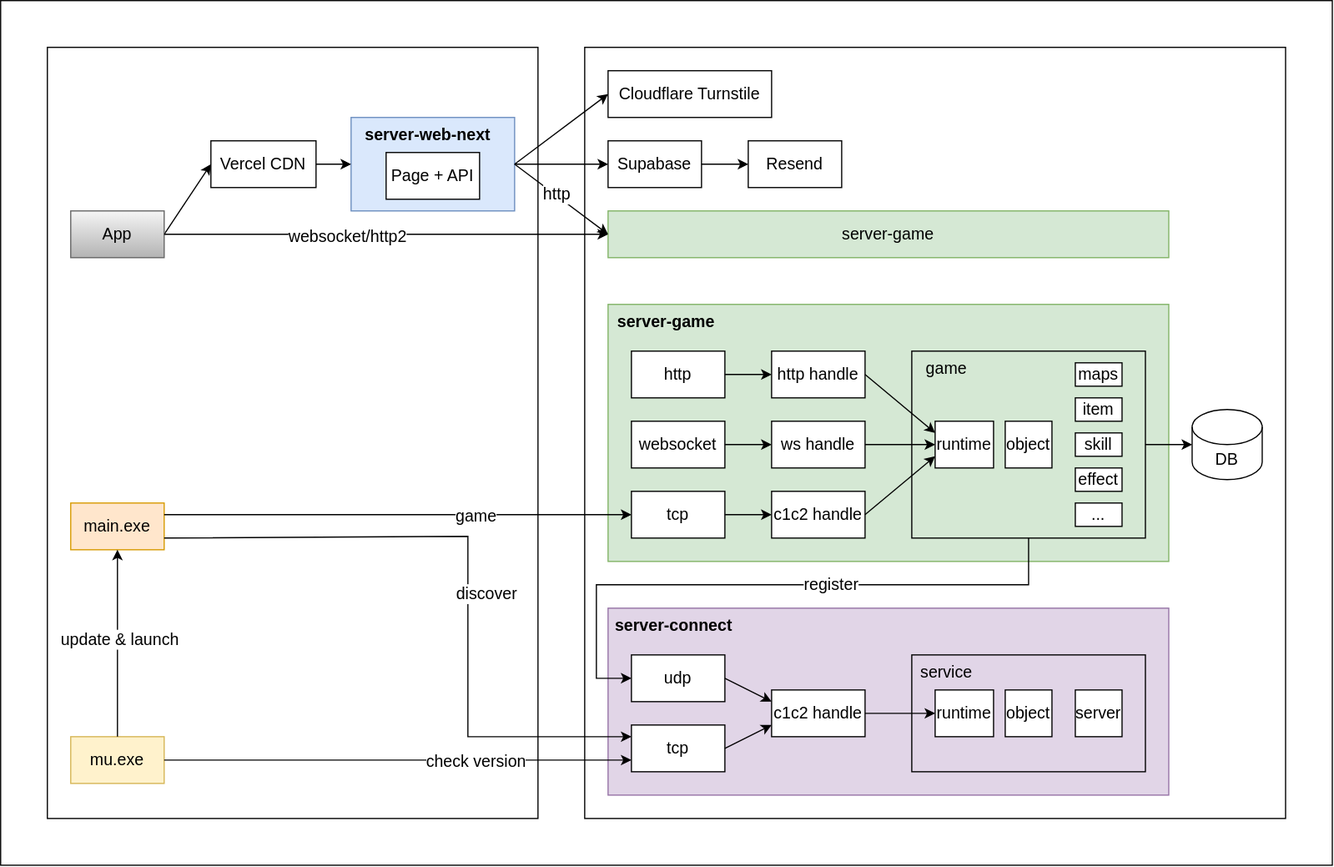
Above: docs/system.drawio.svg in xujintao/balgass (draw.io), before the change. Source tidied: cells renumbered, new cells last; positions are measured from the earlier drawing's top-left corner, leaving out a move shared by most shapes.
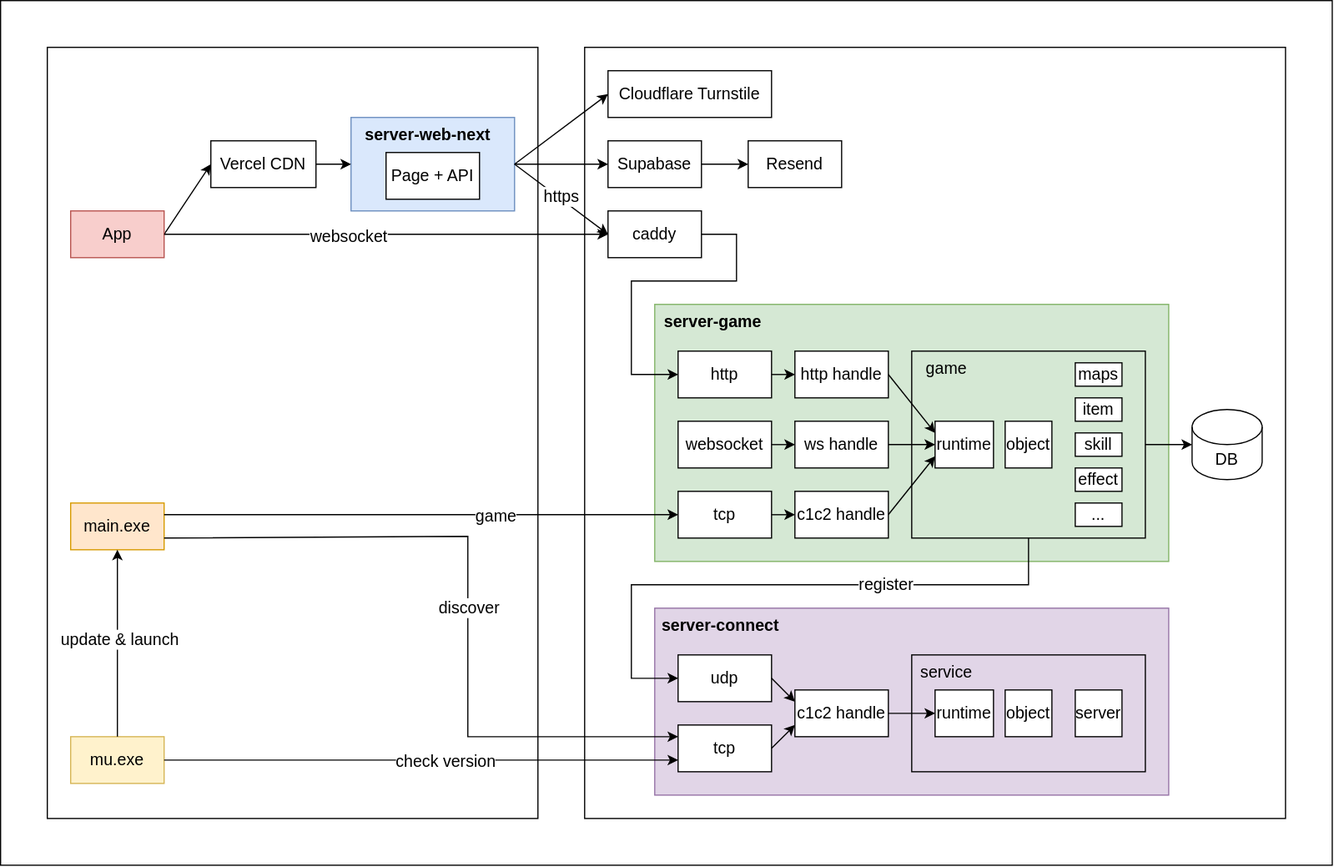
After the change.

Commit message:
docs/feat: update system and deployment diagrams

What changed in the source:
```diff
@@ -12,7 +12,7 @@
       <mxGeometry x="40" y="40" width="420" height="660" as="geometry" />
     </mxCell>
     <mxCell id="5" style="rounded=0;whiteSpace=wrap;html=1;fillColor=#d5e8d4;fontSize=14;strokeColor=#82b366;" parent="1" vertex="1">
-      <mxGeometry x="520" y="260" width="480" height="220" as="geometry" />
+      <mxGeometry x="560" y="260" width="440" height="220" as="geometry" />
     </mxCell>
     <mxCell id="6" style="rounded=0;whiteSpace=wrap;html=1;fontSize=14;fillColor=none;" parent="1" vertex="1">
       <mxGeometry x="780" y="300" width="200" height="160" as="geometry" />
@@ -30,16 +30,16 @@
       <mxGeometry x="780" y="300" width="60" height="30" as="geometry" />
     </mxCell>
     <mxCell id="11" value="http" style="rounded=0;whiteSpace=wrap;html=1;fontSize=14;" parent="1" vertex="1">
-      <mxGeometry x="540" y="300" width="80" height="40" as="geometry" />
+      <mxGeometry x="580" y="300" width="80" height="40" as="geometry" />
     </mxCell>
     <mxCell id="12" value="http handle" style="rounded=0;whiteSpace=wrap;html=1;fontSize=14;" parent="1" vertex="1">
-      <mxGeometry x="660" y="300" width="80" height="40" as="geometry" />
+      <mxGeometry x="680" y="300" width="80" height="40" as="geometry" />
     </mxCell>
     <mxCell id="13" value="tcp" style="rounded=0;whiteSpace=wrap;html=1;fontSize=14;" parent="1" vertex="1">
-      <mxGeometry x="540" y="420" width="80" height="40" as="geometry" />
+      <mxGeometry x="580" y="420" width="80" height="40" as="geometry" />
     </mxCell>
     <mxCell id="14" value="c1c2 handle" style="rounded=0;whiteSpace=wrap;html=1;fontSize=14;" parent="1" vertex="1">
-      <mxGeometry x="660" y="420" width="80" height="40" as="geometry" />
+      <mxGeometry x="680" y="420" width="80" height="40" as="geometry" />
     </mxCell>
     <mxCell id="15" style="endArrow=classic;html=1;rounded=0;exitX=1;exitY=0.5;exitDx=0;exitDy=0;entryX=0;entryY=0.5;entryDx=0;entryDy=0;fontSize=14;" parent="1" edge="1" source="11" target="12">
       <mxGeometry relative="1" as="geometry" />
@@ -65,7 +65,7 @@
     <mxCell id="22" value="main.exe" style="rounded=0;whiteSpace=wrap;html=1;fillColor=#ffe6cc;strokeColor=#d79b00;fontSize=14;" parent="1" vertex="1">
       <mxGeometry x="60" y="430" width="80" height="40" as="geometry" />
     </mxCell>
-    <mxCell id="23" value="App" style="rounded=0;whiteSpace=wrap;html=1;fontSize=14;fillColor=#f5f5f5;strokeColor=#666666;gradientColor=#b3b3b3;" parent="1" vertex="1">
+    <mxCell id="23" value="App" style="rounded=0;whiteSpace=wrap;html=1;fontSize=14;fillColor=#f8cecc;strokeColor=#b85450;" parent="1" vertex="1">
       <mxGeometry x="60" y="180" width="80" height="40" as="geometry" />
     </mxCell>
     <mxCell id="24" style="endArrow=classic;html=1;rounded=0;exitX=1;exitY=0.25;exitDx=0;exitDy=0;entryX=0;entryY=0.5;entryDx=0;entryDy=0;fontSize=14;" parent="1" edge="1" source="22" target="13">
@@ -77,10 +77,10 @@
       </mxGeometry>
     </mxCell>
     <mxCell id="26" value="websocket" style="rounded=0;whiteSpace=wrap;html=1;fontSize=14;" parent="1" vertex="1">
-      <mxGeometry x="540" y="360" width="80" height="40" as="geometry" />
+      <mxGeometry x="580" y="360" width="80" height="40" as="geometry" />
     </mxCell>
     <mxCell id="27" value="ws handle" style="rounded=0;whiteSpace=wrap;html=1;fontSize=14;" parent="1" vertex="1">
-      <mxGeometry x="660" y="360" width="80" height="40" as="geometry" />
+      <mxGeometry x="680" y="360" width="80" height="40" as="geometry" />
     </mxCell>
     <mxCell id="28" style="endArrow=classic;html=1;rounded=0;exitX=1;exitY=0.5;exitDx=0;exitDy=0;entryX=0;entryY=0.5;entryDx=0;entryDy=0;fontSize=14;" parent="1" edge="1" source="26" target="27">
       <mxGeometry relative="1" as="geometry" />
@@ -92,13 +92,13 @@
       <mxGeometry x="180" y="120" width="90" height="40" as="geometry" />
     </mxCell>
     <mxCell id="31" value="server-game" style="text;html=1;strokeColor=none;fillColor=none;align=center;verticalAlign=middle;whiteSpace=wrap;rounded=0;fontStyle=1;fontSize=14;" parent="1" vertex="1">
-      <mxGeometry x="520" y="260" width="100" height="30" as="geometry" />
+      <mxGeometry x="560" y="260" width="100" height="30" as="geometry" />
     </mxCell>
     <mxCell id="32" value="mu.exe" style="rounded=0;whiteSpace=wrap;html=1;fillColor=#fff2cc;strokeColor=#d6b656;fontSize=14;" parent="1" vertex="1">
       <mxGeometry x="60" y="630" width="80" height="40" as="geometry" />
     </mxCell>
     <mxCell id="33" style="rounded=0;whiteSpace=wrap;html=1;fillColor=#e1d5e7;fontSize=14;strokeColor=#9673a6;" parent="1" vertex="1">
-      <mxGeometry x="520" y="520" width="480" height="160" as="geometry" />
+      <mxGeometry x="560" y="520" width="440" height="160" as="geometry" />
     </mxCell>
     <mxCell id="34" style="rounded=0;whiteSpace=wrap;html=1;fontSize=14;fillColor=none;" parent="1" vertex="1">
       <mxGeometry x="780" y="560" width="200" height="100" as="geometry" />
@@ -116,10 +116,10 @@
       <mxGeometry x="780" y="560" width="60" height="30" as="geometry" />
     </mxCell>
     <mxCell id="39" value="udp" style="rounded=0;whiteSpace=wrap;html=1;fontSize=14;" parent="1" vertex="1">
-      <mxGeometry x="540" y="560" width="80" height="40" as="geometry" />
+      <mxGeometry x="580" y="560" width="80" height="40" as="geometry" />
     </mxCell>
     <mxCell id="40" value="tcp" style="rounded=0;whiteSpace=wrap;html=1;fontSize=14;" parent="1" vertex="1">
-      <mxGeometry x="540" y="620" width="80" height="40" as="geometry" />
+      <mxGeometry x="580" y="620" width="80" height="40" as="geometry" />
     </mxCell>
     <mxCell id="41" style="endArrow=classic;html=1;rounded=0;exitX=1;exitY=0.5;exitDx=0;exitDy=0;entryX=0;entryY=0.25;entryDx=0;entryDy=0;fontSize=14;" parent="1" edge="1" source="39" target="43">
       <mxGeometry relative="1" as="geometry" />
@@ -128,25 +128,25 @@
       <mxGeometry relative="1" as="geometry" />
     </mxCell>
     <mxCell id="43" value="c1c2 handle" style="rounded=0;whiteSpace=wrap;html=1;fontSize=14;" parent="1" vertex="1">
-      <mxGeometry x="660" y="590" width="80" height="40" as="geometry" />
+      <mxGeometry x="680" y="590" width="80" height="40" as="geometry" />
     </mxCell>
     <mxCell id="44" style="endArrow=classic;html=1;rounded=0;exitX=1;exitY=0.5;exitDx=0;exitDy=0;entryX=0;entryY=0.5;entryDx=0;entryDy=0;fontSize=14;" parent="1" edge="1" source="43" target="37">
       <mxGeometry relative="1" as="geometry" />
     </mxCell>
     <mxCell id="45" value="server-connect" style="text;html=1;strokeColor=none;fillColor=none;align=center;verticalAlign=middle;whiteSpace=wrap;rounded=0;fontStyle=1;fontSize=14;" parent="1" vertex="1">
-      <mxGeometry x="520" y="520" width="113" height="30" as="geometry" />
+      <mxGeometry x="560" y="520" width="113" height="30" as="geometry" />
     </mxCell>
     <mxCell id="46" style="endArrow=classic;html=1;rounded=0;entryX=0;entryY=0.5;entryDx=0;entryDy=0;exitX=0.5;exitY=1;exitDx=0;exitDy=0;fontSize=14;" parent="1" edge="1" source="6" target="39">
-      <mxGeometry relative="1" as="geometry">
+      <mxGeometry x="-0.16" relative="1" as="geometry">
         <Array as="points">
           <mxPoint x="880" y="500" />
-          <mxPoint x="510" y="500" />
-          <mxPoint x="510" y="580" />
+          <mxPoint x="540" y="500" />
+          <mxPoint x="540" y="580" />
         </Array>
       </mxGeometry>
     </mxCell>
     <mxCell id="47" value="register" style="edgeLabel;html=1;align=center;verticalAlign=middle;fontSize=14;" parent="46" vertex="1">
-      <mxGeometry x="0.15" y="2" relative="1" as="geometry">
+      <mxGeometry x="0.01" y="2" relative="1" as="geometry">
         <mxPoint x="90" y="-3" as="offset" />
       </mxGeometry>
     </mxCell>
@@ -155,7 +155,7 @@
     </mxCell>
     <mxCell id="49" value="check version" style="edgeLabel;html=1;align=center;verticalAlign=middle;fontSize=14;" parent="48" vertex="1">
       <mxGeometry x="-0.21" y="1" relative="1" as="geometry">
-        <mxPoint x="109" y="1" as="offset" />
+        <mxPoint x="67" y="1" as="offset" />
       </mxGeometry>
     </mxCell>
     <mxCell id="50" style="endArrow=classic;html=1;rounded=0;exitX=1;exitY=0.5;exitDx=0;exitDy=0;entryX=0;entryY=0.5;entryDx=0;entryDy=0;entryPerimeter=0;fontSize=14;" parent="1" edge="1" source="6" target="20">
@@ -179,7 +179,7 @@
     </mxCell>
     <mxCell id="54" value="discover" style="edgeLabel;html=1;align=center;verticalAlign=middle;fontSize=14;" parent="53" vertex="1">
       <mxGeometry x="-0.21" y="-2" relative="1" as="geometry">
-        <mxPoint x="48" y="47" as="offset" />
+        <mxPoint x="17" y="59" as="offset" />
       </mxGeometry>
     </mxCell>
     <mxCell id="55" value="Resend" style="rounded=0;whiteSpace=wrap;html=1;fontSize=14;" parent="1" vertex="1">
@@ -200,8 +200,8 @@
     <mxCell id="60" value="Cloudflare Turnstile" style="rounded=0;whiteSpace=wrap;html=1;fontSize=14;" parent="1" vertex="1">
       <mxGeometry x="520" y="60" width="140" height="40" as="geometry" />
     </mxCell>
-    <mxCell id="61" value="server-game" style="rounded=0;whiteSpace=wrap;html=1;fontSize=14;fillColor=#d5e8d4;strokeColor=#82b366;" parent="1" vertex="1">
-      <mxGeometry x="520" y="180" width="480" height="40" as="geometry" />
+    <mxCell id="61" value="caddy" style="rounded=0;whiteSpace=wrap;html=1;fontSize=14;" parent="1" vertex="1">
+      <mxGeometry x="520" y="180" width="80" height="40" as="geometry" />
     </mxCell>
     <mxCell id="62" value="Page + API" style="rounded=0;whiteSpace=wrap;html=1;fontSize=14;" parent="1" vertex="1">
       <mxGeometry x="330" y="130" width="80" height="40" as="geometry" />
@@ -209,7 +209,7 @@
     <mxCell id="63" style="endArrow=classic;html=1;rounded=0;exitX=1;exitY=0.5;exitDx=0;exitDy=0;entryX=0;entryY=0.5;entryDx=0;entryDy=0;fontSize=14;" parent="1" edge="1" source="23" target="61">
       <mxGeometry relative="1" as="geometry" />
     </mxCell>
-    <mxCell id="64" value="websocket/http2" style="edgeLabel;html=1;align=center;verticalAlign=middle;fontSize=14;" parent="63" vertex="1">
+    <mxCell id="64" value="websocket" style="edgeLabel;html=1;align=center;verticalAlign=middle;fontSize=14;" parent="63" vertex="1">
       <mxGeometry x="-0.28" y="-1" relative="1" as="geometry">
         <mxPoint x="20" as="offset" />
       </mxGeometry>
@@ -226,9 +226,9 @@
     <mxCell id="68" style="endArrow=classic;html=1;rounded=0;entryX=0;entryY=0.5;entryDx=0;entryDy=0;exitX=1;exitY=0.5;exitDx=0;exitDy=0;fontSize=14;" parent="1" edge="1" source="19" target="61">
       <mxGeometry relative="1" as="geometry" />
     </mxCell>
-    <mxCell id="69" value="http" style="edgeLabel;html=1;align=center;verticalAlign=middle;fontSize=14;" parent="68" vertex="1">
-      <mxGeometry x="-0.12" y="1" relative="1" as="geometry" />
-    </mxCell>
+    <mxCell id="73" value="&lt;font style=&quot;font-size: 14px;&quot;&gt;https&lt;/font&gt;" style="edgeLabel;html=1;align=center;verticalAlign=middle;" parent="68" vertex="1">
+      <mxGeometry x="-0.04" y="1" relative="1" as="geometry" />
+    </mxCell>
     <mxCell id="70" style="endArrow=classic;html=1;rounded=0;entryX=0;entryY=0.5;entryDx=0;entryDy=0;exitX=1;exitY=0.5;exitDx=0;exitDy=0;fontSize=14;" parent="1" edge="1" source="57" target="55">
       <mxGeometry relative="1" as="geometry" />
     </mxCell>
@@ -238,5 +238,15 @@
     <mxCell id="72" value="..." style="rounded=0;whiteSpace=wrap;html=1;fontSize=14;" parent="1" vertex="1">
       <mxGeometry x="920" y="430" width="40" height="20" as="geometry" />
     </mxCell>
+    <mxCell id="74" style="endArrow=classic;html=1;rounded=0;exitX=1;exitY=0.5;exitDx=0;exitDy=0;entryX=0;entryY=0.5;entryDx=0;entryDy=0;" parent="1" edge="1" source="61" target="11">
+      <mxGeometry x="-0.36" relative="1" as="geometry">
+        <Array as="points">
+          <mxPoint x="630" y="200" />
+          <mxPoint x="630" y="240" />
+          <mxPoint x="540" y="240" />
+          <mxPoint x="540" y="320" />
+        </Array>
+      </mxGeometry>
+    </mxCell>
   </root>
 </mxGraphModel>
```
